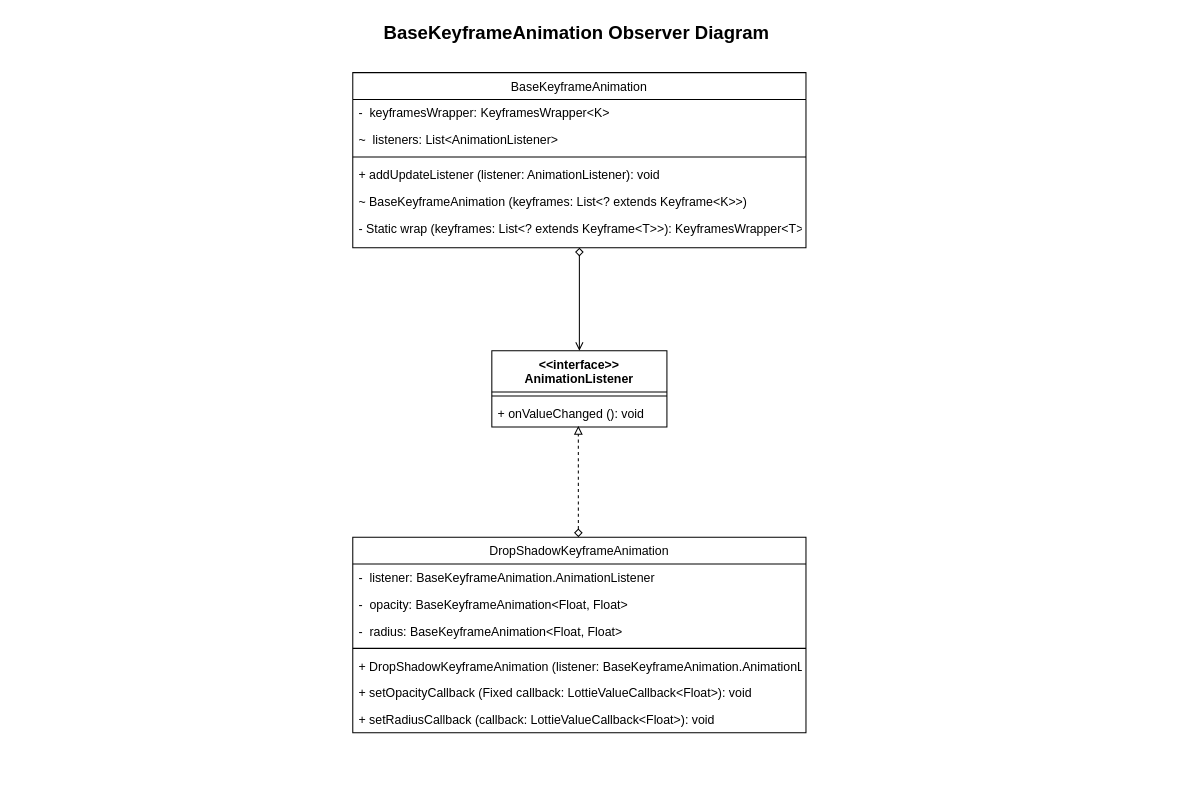
Before: Observer Diagram.drawio in ussnllmn/SAD-1-2564, a draw.io diagram. Source tidied: cells renumbered, new cells numbered last; positions are measured from the earlier drawing's top-left corner, leaving out a move shared by most shapes. Both pictures are drawn from the tidied source at 103%, with x=0, y=0 at pixel (352, 18).
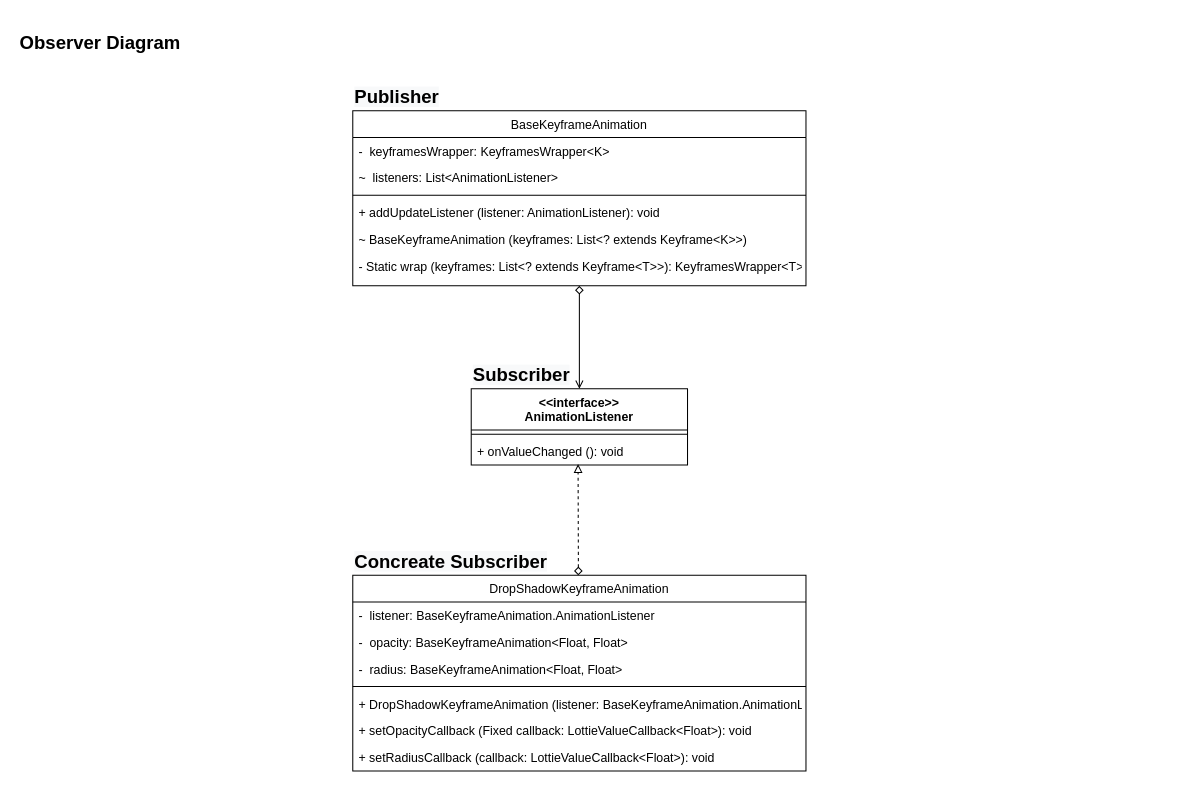
After the change.

Change to the diagram source:
```diff
@@
     <mxCell id="3" value="BaseKeyframeAnimation" style="swimlane;fontStyle=0;align=center;verticalAlign=top;horizontal=1;startSize=26;rounded=0;shadow=0;strokeWidth=1;" parent="1" vertex="1">
-      <mxGeometry y="53" width="440" height="170" as="geometry" />
+      <mxGeometry y="90" width="440" height="170" as="geometry" />
     </mxCell>
@@
-    <mxCell id="10" value="BaseKeyframeAnimation Observer&amp;nbsp;Diagram" style="text;html=1;strokeColor=none;fillColor=none;align=center;verticalAlign=middle;whiteSpace=wrap;rounded=0;fontSize=18;fontStyle=1;" parent="1" vertex="1">
-      <mxGeometry width="435" height="30" as="geometry" />
+    <mxCell id="10" value="Observer&amp;nbsp;Diagram" style="text;html=1;strokeColor=none;fillColor=none;align=left;verticalAlign=middle;whiteSpace=wrap;rounded=0;fontSize=18;fontStyle=1;" parent="1" vertex="1">
+      <mxGeometry x="-325" y="10" width="170" height="30" as="geometry" />
     </mxCell>
     <mxCell id="11" value="&lt;&lt;interface&gt;&gt;&#10;AnimationListener" style="swimlane;fontStyle=1;align=center;verticalAlign=top;horizontal=1;startSize=40;rounded=0;shadow=0;strokeWidth=1;" parent="1" vertex="1">
-      <mxGeometry x="135" y="323" width="170" height="74" as="geometry" />
+      <mxGeometry x="115" y="360" width="210" height="74" as="geometry" />
     </mxCell>
     <mxCell id="12" style="line;html=1;strokeWidth=1;align=left;verticalAlign=middle;spacingTop=-1;spacingLeft=3;spacingRight=3;labelPosition=right;" parent="11" vertex="1">
-      <mxGeometry y="40" width="170" height="8" as="geometry" />
+      <mxGeometry y="40" width="210" height="8" as="geometry" />
     </mxCell>
     <mxCell id="13" value="+ onValueChanged (): void" style="text;align=left;verticalAlign=top;spacingLeft=4;spacingRight=4;overflow=hidden;points=[[0,0.5],[1,0.5]];portConstraint=eastwest;" parent="11" vertex="1">
-      <mxGeometry y="48" width="170" height="26" as="geometry" />
+      <mxGeometry y="48" width="210" height="26" as="geometry" />
     </mxCell>
     <mxCell id="14" style="edgeStyle=orthogonalEdgeStyle;rounded=0;jettySize=auto;html=1;entryX=0.494;entryY=0.962;entryDx=0;entryDy=0;entryPerimeter=0;startArrow=diamond;startFill=0;endArrow=block;endFill=0;dashed=1;" parent="1" edge="1" source="15" target="13">
       <mxGeometry relative="1" as="geometry">
         <Array as="points">
-          <mxPoint x="219" y="483" />
-          <mxPoint x="219" y="483" />
+          <mxPoint x="219" y="520" />
+          <mxPoint x="219" y="520" />
         </Array>
       </mxGeometry>
     </mxCell>
     <mxCell id="15" value="DropShadowKeyframeAnimation" style="swimlane;fontStyle=0;align=center;verticalAlign=top;horizontal=1;startSize=26;rounded=0;shadow=0;strokeWidth=1;" parent="1" vertex="1">
-      <mxGeometry y="504" width="440" height="190" as="geometry" />
+      <mxGeometry y="541" width="440" height="190" as="geometry" />
     </mxCell>
@@
+    <mxCell id="23" value="&lt;span style=&quot;color: rgb(0 , 0 , 0) ; font-family: &amp;#34;helvetica&amp;#34; ; font-size: 18px ; font-style: normal ; font-weight: 700 ; letter-spacing: normal ; text-align: center ; text-indent: 0px ; text-transform: none ; word-spacing: 0px ; background-color: rgb(248 , 249 , 250) ; display: inline ; float: none&quot;&gt;Subscriber&lt;/span&gt;" style="text;whiteSpace=wrap;html=1;" parent="1" vertex="1">
+      <mxGeometry x="115" y="330" width="100" height="30" as="geometry" />
+    </mxCell>
+    <mxCell id="24" value="&lt;span style=&quot;color: rgb(0 , 0 , 0) ; font-family: &amp;#34;helvetica&amp;#34; ; font-size: 18px ; font-style: normal ; font-weight: 700 ; letter-spacing: normal ; text-align: center ; text-indent: 0px ; text-transform: none ; word-spacing: 0px ; background-color: rgb(248 , 249 , 250) ; display: inline ; float: none&quot;&gt;Concreate Subscriber&lt;/span&gt;" style="text;whiteSpace=wrap;html=1;" parent="1" vertex="1">
+      <mxGeometry y="511" width="195" height="30" as="geometry" />
+    </mxCell>
+    <mxCell id="25" value="&lt;span style=&quot;color: rgb(0 , 0 , 0) ; font-family: &amp;#34;helvetica&amp;#34; ; font-size: 18px ; font-style: normal ; font-weight: 700 ; letter-spacing: normal ; text-align: center ; text-indent: 0px ; text-transform: none ; word-spacing: 0px ; background-color: rgb(248 , 249 , 250) ; display: inline ; float: none&quot;&gt;Publisher&lt;/span&gt;" style="text;whiteSpace=wrap;html=1;" parent="1" vertex="1">
+      <mxGeometry y="60" width="100" height="30" as="geometry" />
+    </mxCell>
```
